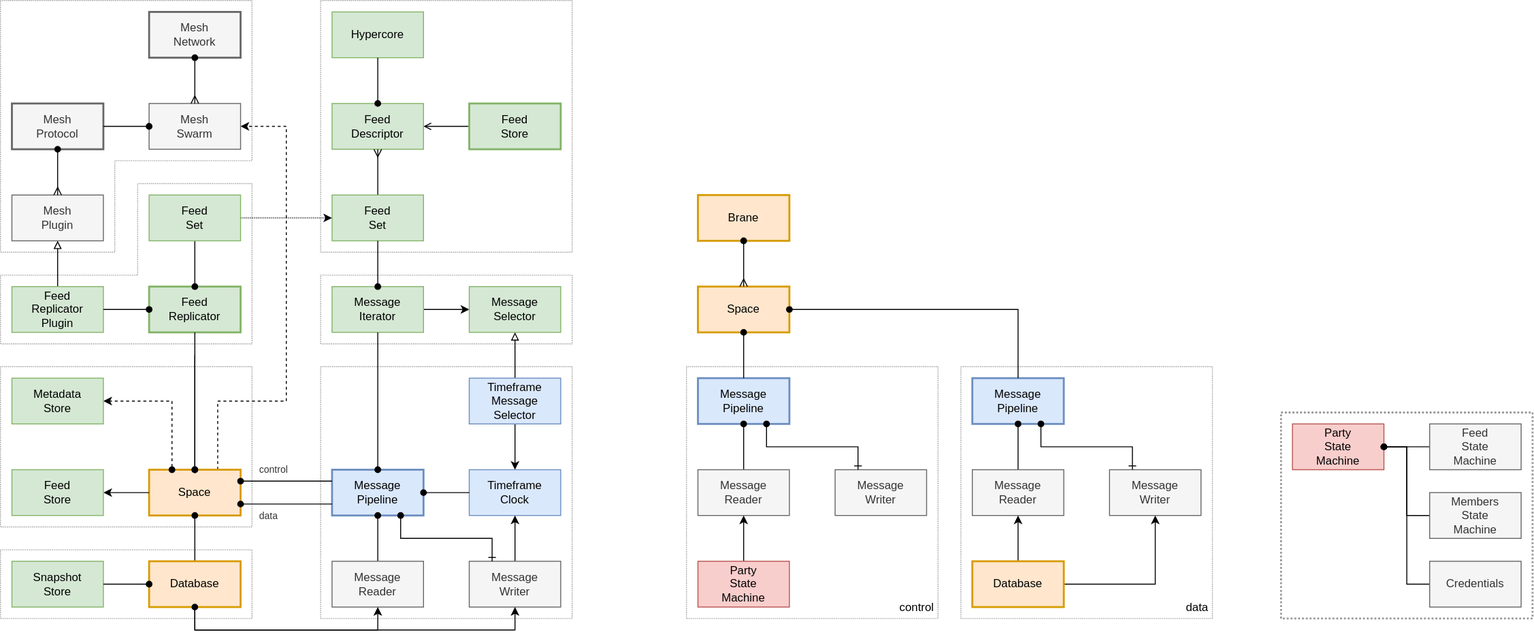
This is docs/design/diagrams/echo-pipeline.drawio.svg from dxos/dxos, a draw.io export, as it was before one commit. Source tidied: cells renumbered, new cells last; positions are measured from the earlier drawing's top-left corner, leaving out a move shared by most shapes.
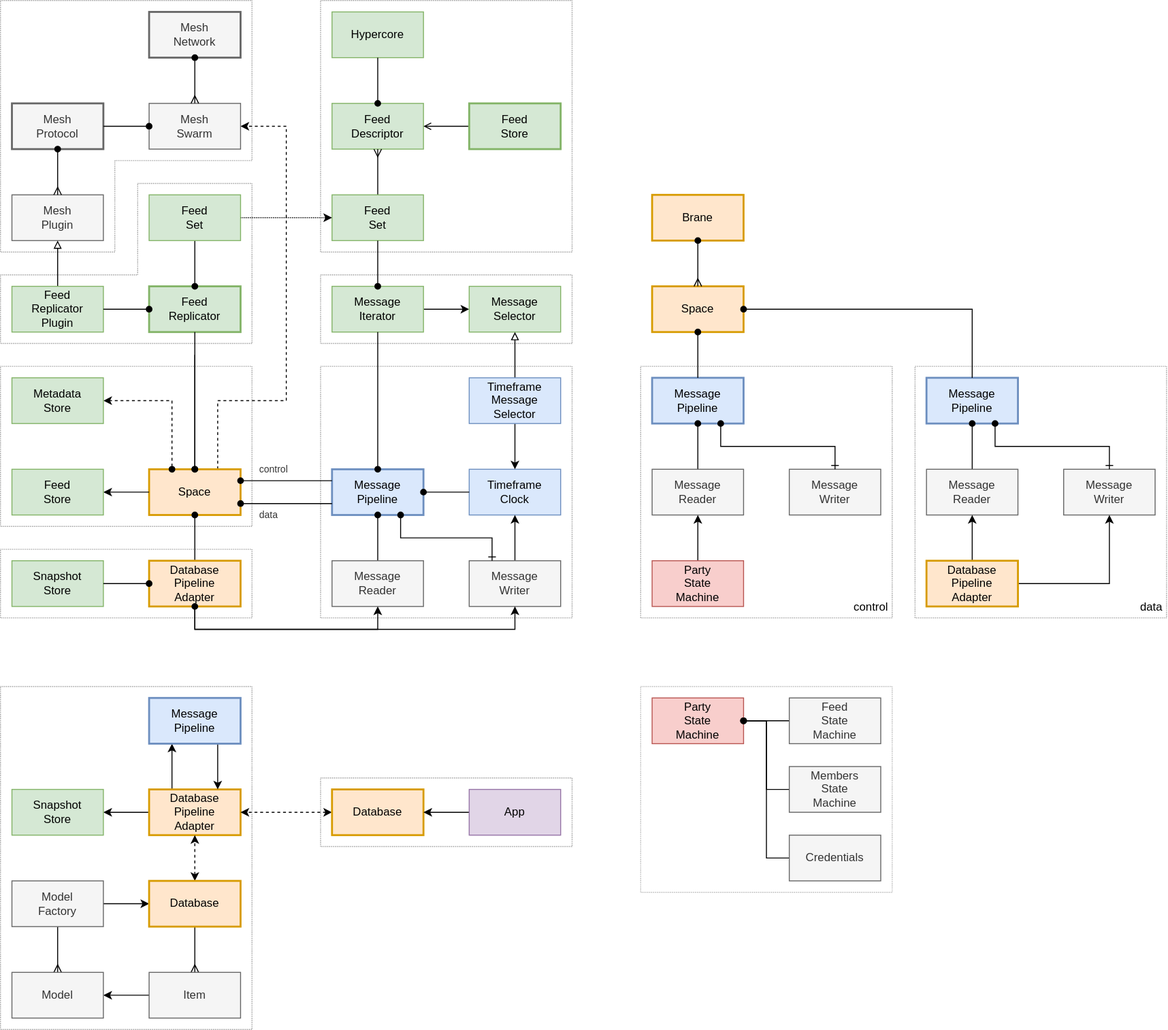
Later version of the same file.

What changed in the source:
```diff
@@ -2,14 +2,20 @@
   <root>
     <mxCell id="0" />
     <mxCell id="1" parent="0" />
+    <mxCell id="94" style="rounded=0;whiteSpace=wrap;html=1;fillColor=none;dashed=1;strokeColor=#999999;dashPattern=1 1;" parent="1" vertex="1">
+      <mxGeometry x="336" y="816" width="264" height="72" as="geometry" />
+    </mxCell>
+    <mxCell id="95" style="rounded=0;whiteSpace=wrap;html=1;fillColor=none;dashed=1;strokeColor=#999999;dashPattern=1 1;" parent="1" vertex="1">
+      <mxGeometry y="720" width="264" height="360" as="geometry" />
+    </mxCell>
     <mxCell id="2" value="Party&lt;br&gt;State&lt;br&gt;Machine" style="rounded=0;whiteSpace=wrap;html=1;fillColor=#f8cecc;strokeColor=#b85450;" parent="1" vertex="1">
-      <mxGeometry x="1356" y="444" width="96" height="48" as="geometry" />
+      <mxGeometry x="684" y="732" width="96" height="48" as="geometry" />
     </mxCell>
     <mxCell id="3" value="control" style="rounded=0;whiteSpace=wrap;html=1;fillColor=none;dashed=1;strokeColor=#999999;dashPattern=1 1;verticalAlign=bottom;align=right;spacing=4;" parent="1" vertex="1">
-      <mxGeometry x="720" y="384" width="264" height="264" as="geometry" />
+      <mxGeometry x="672" y="384" width="264" height="264" as="geometry" />
     </mxCell>
     <mxCell id="4" value="Message&lt;br&gt;Pipeline" style="rounded=0;whiteSpace=wrap;html=1;fillColor=#dae8fc;strokeColor=#6c8ebf;strokeWidth=2;" parent="1" vertex="1">
-      <mxGeometry x="732" y="396" width="96" height="48" as="geometry" />
+      <mxGeometry x="684" y="396" width="96" height="48" as="geometry" />
     </mxCell>
     <mxCell id="5" style="rounded=0;whiteSpace=wrap;html=1;fillColor=none;dashed=1;strokeColor=#999999;dashPattern=1 1;" parent="1" vertex="1">
       <mxGeometry y="384" width="264" height="168" as="geometry" />
@@ -155,7 +161,7 @@
         </Array>
       </mxGeometry>
     </mxCell>
-    <mxCell id="48" value="Database" style="rounded=0;whiteSpace=wrap;html=1;fillColor=#ffe6cc;strokeColor=#d79b00;strokeWidth=2;" parent="1" vertex="1">
+    <mxCell id="48" value="Database&lt;br&gt;Pipeline&lt;br&gt;Adapter" style="rounded=0;whiteSpace=wrap;html=1;fillColor=#ffe6cc;strokeColor=#d79b00;strokeWidth=2;" parent="1" vertex="1">
       <mxGeometry x="156" y="588" width="96" height="48" as="geometry" />
     </mxCell>
     <mxCell id="49" style="edgeStyle=none;rounded=0;html=1;exitX=1;exitY=0.5;exitDx=0;exitDy=0;startArrow=none;startFill=0;endArrow=open;endFill=0;" parent="1" edge="1" source="50" target="25">
@@ -228,31 +234,30 @@
       <mxGeometry relative="1" as="geometry" />
     </mxCell>
     <mxCell id="68" value="Message&lt;br&gt;Reader" style="rounded=0;whiteSpace=wrap;html=1;fillColor=#f5f5f5;strokeColor=#666666;fontColor=#333333;" parent="1" vertex="1">
-      <mxGeometry x="732" y="492" width="96" height="48" as="geometry" />
+      <mxGeometry x="684" y="492" width="96" height="48" as="geometry" />
     </mxCell>
     <mxCell id="69" style="edgeStyle=none;rounded=0;html=1;exitX=0.5;exitY=0;exitDx=0;exitDy=0;startArrow=none;startFill=0;endArrow=classic;endFill=1;" parent="1" edge="1" source="70" target="68">
       <mxGeometry relative="1" as="geometry" />
     </mxCell>
     <mxCell id="70" value="Party&lt;br&gt;State&lt;br&gt;Machine" style="rounded=0;whiteSpace=wrap;html=1;fillColor=#f8cecc;strokeColor=#b85450;" parent="1" vertex="1">
-      <mxGeometry x="732" y="588" width="96" height="48" as="geometry" />
+      <mxGeometry x="684" y="588" width="96" height="48" as="geometry" />
     </mxCell>
     <mxCell id="71" value="Message&lt;br&gt;Writer" style="rounded=0;whiteSpace=wrap;html=1;fillColor=#f5f5f5;strokeColor=#666666;fontColor=#333333;" parent="1" vertex="1">
-      <mxGeometry x="876" y="492" width="96" height="48" as="geometry" />
+      <mxGeometry x="828" y="492" width="96" height="48" as="geometry" />
     </mxCell>
-    <mxCell id="72" style="edgeStyle=none;html=1;rounded=0;startArrow=oval;startFill=1;endArrow=ERone;endFill=0;exitX=0.75;exitY=1;exitDx=0;exitDy=0;" parent="1" edge="1" source="4">
+    <mxCell id="72" style="edgeStyle=none;html=1;rounded=0;startArrow=oval;startFill=1;endArrow=ERone;endFill=0;exitX=0.75;exitY=1;exitDx=0;exitDy=0;" parent="1" edge="1" source="4" target="71">
       <mxGeometry relative="1" as="geometry">
-        <mxPoint x="900" y="492" as="targetPoint" />
         <Array as="points">
-          <mxPoint x="804" y="468" />
-          <mxPoint x="900" y="468" />
+          <mxPoint x="756" y="468" />
+          <mxPoint x="876" y="468" />
         </Array>
       </mxGeometry>
     </mxCell>
     <mxCell id="73" style="edgeStyle=none;rounded=0;html=1;exitX=1;exitY=0.5;exitDx=0;exitDy=0;entryX=0;entryY=0.5;entryDx=0;entryDy=0;startArrow=oval;startFill=1;endArrow=none;endFill=0;" parent="1" edge="1" source="2" target="78">
       <mxGeometry relative="1" as="geometry">
         <Array as="points">
-          <mxPoint x="1476" y="468" />
-          <mxPoint x="1476" y="540" />
+          <mxPoint x="804" y="756" />
+          <mxPoint x="804" y="828" />
         </Array>
       </mxGeometry>
     </mxCell>
@@ -262,67 +267,66 @@
     <mxCell id="75" style="edgeStyle=none;rounded=0;html=1;exitX=1;exitY=0.5;exitDx=0;exitDy=0;entryX=0;entryY=0.5;entryDx=0;entryDy=0;startArrow=oval;startFill=1;endArrow=none;endFill=0;" parent="1" edge="1" source="2" target="77">
       <mxGeometry relative="1" as="geometry">
         <Array as="points">
-          <mxPoint x="1476" y="468" />
-          <mxPoint x="1476" y="612" />
+          <mxPoint x="804" y="756" />
+          <mxPoint x="804" y="900" />
         </Array>
       </mxGeometry>
     </mxCell>
     <mxCell id="76" value="Feed&lt;br&gt;State&lt;br&gt;Machine" style="rounded=0;whiteSpace=wrap;html=1;fillColor=#f5f5f5;strokeColor=#666666;fontColor=#333333;" parent="1" vertex="1">
-      <mxGeometry x="1500" y="444" width="96" height="48" as="geometry" />
+      <mxGeometry x="828" y="732" width="96" height="48" as="geometry" />
     </mxCell>
     <mxCell id="77" value="Credentials" style="rounded=0;whiteSpace=wrap;html=1;fillColor=#f5f5f5;strokeColor=#666666;fontColor=#333333;" parent="1" vertex="1">
-      <mxGeometry x="1500" y="588" width="96" height="48" as="geometry" />
+      <mxGeometry x="828" y="876" width="96" height="48" as="geometry" />
     </mxCell>
     <mxCell id="78" value="Members&lt;br&gt;State&lt;br&gt;Machine" style="rounded=0;whiteSpace=wrap;html=1;fillColor=#f5f5f5;strokeColor=#666666;fontColor=#333333;" parent="1" vertex="1">
-      <mxGeometry x="1500" y="516" width="96" height="48" as="geometry" />
+      <mxGeometry x="828" y="804" width="96" height="48" as="geometry" />
     </mxCell>
-    <mxCell id="79" style="rounded=0;whiteSpace=wrap;html=1;fillColor=none;dashed=1;strokeColor=#999999;dashPattern=1 1;verticalAlign=bottom;align=right;spacing=4;strokeWidth=2;" parent="1" vertex="1">
-      <mxGeometry x="1344" y="432" width="264" height="216" as="geometry" />
+    <mxCell id="79" style="rounded=0;whiteSpace=wrap;html=1;fillColor=none;dashed=1;strokeColor=#B3B3B3;dashPattern=1 1;verticalAlign=bottom;align=right;spacing=4;strokeWidth=1;" parent="1" vertex="1">
+      <mxGeometry x="672" y="720" width="264" height="216" as="geometry" />
     </mxCell>
     <mxCell id="80" value="data" style="rounded=0;whiteSpace=wrap;html=1;fillColor=none;dashed=1;strokeColor=#999999;dashPattern=1 1;verticalAlign=bottom;align=right;spacing=4;" parent="1" vertex="1">
-      <mxGeometry x="1008" y="384" width="264" height="264" as="geometry" />
+      <mxGeometry x="960" y="384" width="264" height="264" as="geometry" />
     </mxCell>
     <mxCell id="81" value="Message&lt;br&gt;Pipeline" style="rounded=0;whiteSpace=wrap;html=1;fillColor=#dae8fc;strokeColor=#6c8ebf;strokeWidth=2;" parent="1" vertex="1">
-      <mxGeometry x="1020" y="396" width="96" height="48" as="geometry" />
+      <mxGeometry x="972" y="396" width="96" height="48" as="geometry" />
     </mxCell>
     <mxCell id="82" style="edgeStyle=none;rounded=0;html=1;exitX=0.5;exitY=1;exitDx=0;exitDy=0;startArrow=oval;startFill=1;endArrow=none;endFill=0;" parent="1" edge="1" source="81" target="83">
       <mxGeometry relative="1" as="geometry" />
     </mxCell>
     <mxCell id="83" value="Message&lt;br&gt;Reader" style="rounded=0;whiteSpace=wrap;html=1;fillColor=#f5f5f5;strokeColor=#666666;fontColor=#333333;" parent="1" vertex="1">
-      <mxGeometry x="1020" y="492" width="96" height="48" as="geometry" />
+      <mxGeometry x="972" y="492" width="96" height="48" as="geometry" />
     </mxCell>
     <mxCell id="84" style="edgeStyle=none;rounded=0;html=1;startArrow=none;startFill=0;endArrow=classic;endFill=1;" parent="1" edge="1" source="88" target="83">
       <mxGeometry relative="1" as="geometry" />
     </mxCell>
     <mxCell id="85" value="Message&lt;br&gt;Writer" style="rounded=0;whiteSpace=wrap;html=1;fillColor=#f5f5f5;strokeColor=#666666;fontColor=#333333;" parent="1" vertex="1">
-      <mxGeometry x="1164" y="492" width="96" height="48" as="geometry" />
+      <mxGeometry x="1116" y="492" width="96" height="48" as="geometry" />
     </mxCell>
-    <mxCell id="86" style="edgeStyle=none;html=1;rounded=0;startArrow=oval;startFill=1;endArrow=ERone;endFill=0;exitX=0.75;exitY=1;exitDx=0;exitDy=0;" parent="1" edge="1" source="81">
+    <mxCell id="86" style="edgeStyle=none;html=1;rounded=0;startArrow=oval;startFill=1;endArrow=ERone;endFill=0;exitX=0.75;exitY=1;exitDx=0;exitDy=0;" parent="1" edge="1" source="81" target="85">
       <mxGeometry relative="1" as="geometry">
-        <mxPoint x="1188" y="492" as="targetPoint" />
         <Array as="points">
-          <mxPoint x="1092" y="468" />
-          <mxPoint x="1188" y="468" />
+          <mxPoint x="1044" y="468" />
+          <mxPoint x="1164" y="468" />
         </Array>
       </mxGeometry>
     </mxCell>
     <mxCell id="87" style="edgeStyle=none;rounded=0;html=1;exitX=1;exitY=0.5;exitDx=0;exitDy=0;entryX=0.5;entryY=1;entryDx=0;entryDy=0;startArrow=none;startFill=0;endArrow=classic;endFill=1;" parent="1" edge="1" source="88" target="85">
       <mxGeometry relative="1" as="geometry">
         <Array as="points">
-          <mxPoint x="1212" y="612" />
+          <mxPoint x="1164" y="612" />
         </Array>
       </mxGeometry>
     </mxCell>
-    <mxCell id="88" value="Database" style="rounded=0;whiteSpace=wrap;html=1;fillColor=#ffe6cc;strokeColor=#d79b00;strokeWidth=2;" parent="1" vertex="1">
-      <mxGeometry x="1020" y="588" width="96" height="48" as="geometry" />
+    <mxCell id="88" value="Database&lt;br&gt;Pipeline&lt;br&gt;Adapter" style="rounded=0;whiteSpace=wrap;html=1;fillColor=#ffe6cc;strokeColor=#d79b00;strokeWidth=2;" parent="1" vertex="1">
+      <mxGeometry x="972" y="588" width="96" height="48" as="geometry" />
     </mxCell>
     <mxCell id="89" value="Space" style="rounded=0;whiteSpace=wrap;html=1;fillColor=#ffe6cc;strokeColor=#d79b00;strokeWidth=2;" parent="1" vertex="1">
-      <mxGeometry x="732" y="300" width="96" height="48" as="geometry" />
+      <mxGeometry x="684" y="300" width="96" height="48" as="geometry" />
     </mxCell>
     <mxCell id="90" style="edgeStyle=none;html=1;exitX=1;exitY=0.5;exitDx=0;exitDy=0;endArrow=none;endFill=0;startArrow=oval;startFill=1;rounded=0;" parent="1" edge="1" source="89" target="81">
       <mxGeometry relative="1" as="geometry">
         <Array as="points">
-          <mxPoint x="1068" y="324" />
+          <mxPoint x="1020" y="324" />
         </Array>
       </mxGeometry>
     </mxCell>
@@ -330,10 +334,67 @@
       <mxGeometry relative="1" as="geometry" />
     </mxCell>
     <mxCell id="92" value="Brane" style="rounded=0;whiteSpace=wrap;html=1;fillColor=#ffe6cc;strokeColor=#d79b00;strokeWidth=2;" parent="1" vertex="1">
-      <mxGeometry x="732" y="204" width="96" height="48" as="geometry" />
+      <mxGeometry x="684" y="204" width="96" height="48" as="geometry" />
     </mxCell>
     <mxCell id="93" style="edgeStyle=none;rounded=0;html=1;exitX=0.5;exitY=1;exitDx=0;exitDy=0;startArrow=oval;startFill=1;endArrow=ERmany;endFill=0;" parent="1" edge="1" source="92" target="89">
       <mxGeometry relative="1" as="geometry" />
     </mxCell>
+    <mxCell id="96" style="edgeStyle=none;html=1;exitX=0;exitY=0.5;exitDx=0;exitDy=0;startArrow=none;startFill=0;endArrow=classic;endFill=1;" parent="1" edge="1" source="98" target="112">
+      <mxGeometry relative="1" as="geometry" />
+    </mxCell>
+    <mxCell id="97" style="edgeStyle=orthogonalEdgeStyle;html=1;exitX=0.25;exitY=0;exitDx=0;exitDy=0;entryX=0.25;entryY=1;entryDx=0;entryDy=0;startArrow=none;startFill=0;endArrow=classic;endFill=1;" parent="1" edge="1" source="98" target="114">
+      <mxGeometry relative="1" as="geometry" />
+    </mxCell>
+    <mxCell id="98" value="Database&lt;br&gt;Pipeline&lt;br&gt;Adapter" style="rounded=0;whiteSpace=wrap;html=1;fillColor=#ffe6cc;strokeColor=#d79b00;strokeWidth=2;" parent="1" vertex="1">
+      <mxGeometry x="156" y="828" width="96" height="48" as="geometry" />
+    </mxCell>
+    <mxCell id="99" style="edgeStyle=none;html=1;exitX=0;exitY=0.5;exitDx=0;exitDy=0;startArrow=classic;startFill=1;endArrow=classic;endFill=1;dashed=1;" parent="1" edge="1" source="100" target="98">
+      <mxGeometry relative="1" as="geometry" />
+    </mxCell>
+    <mxCell id="100" value="Database" style="rounded=0;whiteSpace=wrap;html=1;fillColor=#ffe6cc;strokeColor=#d79b00;strokeWidth=2;" parent="1" vertex="1">
+      <mxGeometry x="348" y="828" width="96" height="48" as="geometry" />
+    </mxCell>
+    <mxCell id="101" style="edgeStyle=none;html=1;exitX=0;exitY=0.5;exitDx=0;exitDy=0;startArrow=none;startFill=0;endArrow=classic;endFill=1;" parent="1" edge="1" source="102" target="100">
+      <mxGeometry relative="1" as="geometry" />
+    </mxCell>
+    <mxCell id="102" value="App" style="rounded=0;whiteSpace=wrap;html=1;fillColor=#e1d5e7;strokeColor=#9673a6;strokeWidth=1;" parent="1" vertex="1">
+      <mxGeometry x="492" y="828" width="96" height="48" as="geometry" />
+    </mxCell>
+    <mxCell id="103" style="edgeStyle=none;html=1;" parent="1" edge="1" source="105" target="111">
+      <mxGeometry relative="1" as="geometry" />
+    </mxCell>
+    <mxCell id="104" style="edgeStyle=none;html=1;exitX=0.5;exitY=1;exitDx=0;exitDy=0;endArrow=ERmany;endFill=0;" parent="1" edge="1" source="105" target="109">
+      <mxGeometry relative="1" as="geometry" />
+    </mxCell>
+    <mxCell id="105" value="Model&lt;br&gt;Factory" style="rounded=0;whiteSpace=wrap;html=1;fillColor=#f5f5f5;strokeColor=#666666;fontColor=#333333;" parent="1" vertex="1">
+      <mxGeometry x="12" y="924" width="96" height="48" as="geometry" />
+    </mxCell>
+    <mxCell id="106" style="edgeStyle=none;html=1;endArrow=ERmany;endFill=0;" parent="1" edge="1" source="111" target="108">
+      <mxGeometry relative="1" as="geometry" />
+    </mxCell>
+    <mxCell id="107" style="edgeStyle=none;html=1;exitX=1;exitY=0.5;exitDx=0;exitDy=0;endArrow=classic;endFill=1;" parent="1" edge="1" source="108" target="109">
+      <mxGeometry relative="1" as="geometry" />
+    </mxCell>
+    <mxCell id="108" value="Item" style="rounded=0;whiteSpace=wrap;html=1;fillColor=#f5f5f5;strokeColor=#666666;fontColor=#333333;" parent="1" vertex="1">
+      <mxGeometry x="156" y="1020" width="96" height="48" as="geometry" />
+    </mxCell>
+    <mxCell id="109" value="Model" style="rounded=0;whiteSpace=wrap;html=1;fillColor=#f5f5f5;strokeColor=#666666;fontColor=#333333;" parent="1" vertex="1">
+      <mxGeometry x="12" y="1020" width="96" height="48" as="geometry" />
+    </mxCell>
+    <mxCell id="110" style="edgeStyle=none;html=1;exitX=0.5;exitY=0;exitDx=0;exitDy=0;startArrow=classic;startFill=1;endArrow=classic;endFill=1;dashed=1;" parent="1" edge="1" source="111" target="98">
+      <mxGeometry relative="1" as="geometry" />
+    </mxCell>
+    <mxCell id="111" value="Database" style="rounded=0;whiteSpace=wrap;html=1;fillColor=#ffe6cc;strokeColor=#d79b00;strokeWidth=2;" parent="1" vertex="1">
+      <mxGeometry x="156" y="924" width="96" height="48" as="geometry" />
+    </mxCell>
+    <mxCell id="112" value="Snapshot&lt;br&gt;Store" style="rounded=0;whiteSpace=wrap;html=1;fillColor=#d5e8d4;strokeColor=#82b366;strokeWidth=1;" parent="1" vertex="1">
+      <mxGeometry x="12" y="828" width="96" height="48" as="geometry" />
+    </mxCell>
+    <mxCell id="113" style="edgeStyle=orthogonalEdgeStyle;html=1;exitX=0.75;exitY=1;exitDx=0;exitDy=0;entryX=0.75;entryY=0;entryDx=0;entryDy=0;startArrow=none;startFill=0;endArrow=classic;endFill=1;" parent="1" edge="1" source="114" target="98">
+      <mxGeometry relative="1" as="geometry" />
+    </mxCell>
+    <mxCell id="114" value="Message&lt;br&gt;Pipeline" style="rounded=0;whiteSpace=wrap;html=1;fillColor=#dae8fc;strokeColor=#6c8ebf;strokeWidth=2;" parent="1" vertex="1">
+      <mxGeometry x="156" y="732" width="96" height="48" as="geometry" />
+    </mxCell>
   </root>
 </mxGraphModel>
```
